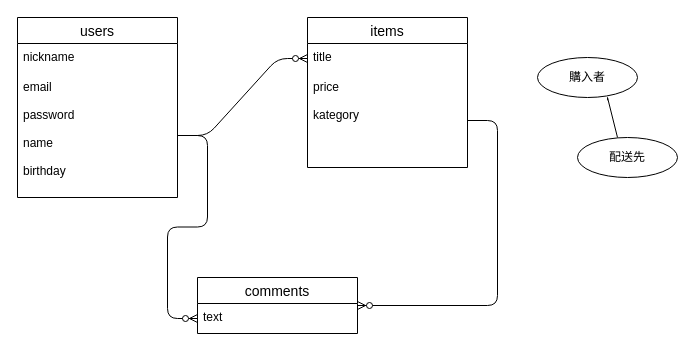
This is furima.dio from YUYA1995/furima-35146, a draw.io file, before an edit. Source tidied: cells renumbered, new cells numbered last; positions are measured from the earlier drawing's top-left corner, leaving out a move shared by most shapes. Both pictures are drawn from the tidied source at 100%, with x=0, y=0 at pixel (17, 17).
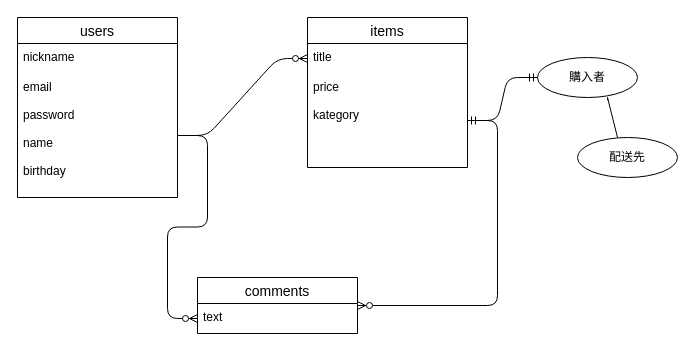
Above is the later version.

Commit message (it also covers changes not shown here):
2回目のREADME.md修正

Diff of the diagram source:
```diff
@@
 <mxGraphModel>
   <root>
     <mxCell id="0" />
     <mxCell id="1" parent="0" />
     <mxCell id="2" value="users" style="swimlane;fontStyle=0;horizontal=1;startSize=26;align=center;fontSize=14;" parent="1" vertex="1">
       <mxGeometry width="160" height="180" as="geometry" />
     </mxCell>
     <mxCell id="3" value="nickname" style="text;strokeColor=none;fillColor=none;spacingLeft=4;spacingRight=4;overflow=hidden;fontSize=12;" parent="2" vertex="1">
       <mxGeometry y="26" width="160" height="30" as="geometry" />
     </mxCell>
     <mxCell id="4" value="email&#10;&#10;password&#10;&#10;name&#10;&#10;birthday&#10;&#10;" style="text;strokeColor=none;fillColor=none;spacingLeft=4;spacingRight=4;overflow=hidden;points=[[0,0.5],[1,0.5]];portConstraint=eastwest;fontSize=12;" parent="2" vertex="1">
       <mxGeometry y="56" width="160" height="124" as="geometry" />
     </mxCell>
     <mxCell id="5" value="items" style="swimlane;fontStyle=0;horizontal=1;startSize=26;align=center;fontSize=14;" parent="1" vertex="1">
       <mxGeometry x="290" width="160" height="150" as="geometry" />
     </mxCell>
     <mxCell id="6" value="title &#10;&#10;" style="text;strokeColor=none;fillColor=none;spacingLeft=4;spacingRight=4;overflow=hidden;points=[[0,0.5],[1,0.5]];portConstraint=eastwest;fontSize=12;" parent="5" vertex="1">
       <mxGeometry y="26" width="160" height="30" as="geometry" />
     </mxCell>
     <mxCell id="7" value="price&#10;&#10;kategory&#10;&#10;" style="text;strokeColor=none;fillColor=none;spacingLeft=4;spacingRight=4;overflow=hidden;points=[[0,0.5],[1,0.5]];portConstraint=eastwest;fontSize=12;" parent="5" vertex="1">
       <mxGeometry y="56" width="160" height="94" as="geometry" />
     </mxCell>
     <mxCell id="8" style="edgeStyle=entityRelationEdgeStyle;fontSize=12;html=1;endArrow=ERzeroToMany;endFill=1;" parent="1" edge="1" source="4" target="6">
       <mxGeometry relative="1" as="geometry" />
     </mxCell>
     <mxCell id="9" value="comments" style="swimlane;fontStyle=0;horizontal=1;startSize=26;align=center;fontSize=14;" parent="1" vertex="1">
       <mxGeometry x="180" y="260" width="160" height="56" as="geometry" />
     </mxCell>
     <mxCell id="10" value="text" style="text;strokeColor=none;fillColor=none;spacingLeft=4;spacingRight=4;overflow=hidden;points=[[0,0.5],[1,0.5]];portConstraint=eastwest;fontSize=12;" parent="9" vertex="1">
       <mxGeometry y="26" width="160" height="30" as="geometry" />
     </mxCell>
     <mxCell id="11" style="edgeStyle=entityRelationEdgeStyle;fontSize=12;html=1;endArrow=ERzeroToMany;endFill=1;" parent="1" edge="1" source="7" target="9">
       <mxGeometry relative="1" as="geometry" />
     </mxCell>
     <mxCell id="12" style="edgeStyle=entityRelationEdgeStyle;fontSize=12;html=1;endArrow=ERzeroToMany;endFill=1;" parent="1" edge="1" source="4" target="10">
       <mxGeometry relative="1" as="geometry" />
     </mxCell>
     <mxCell id="13" value="購入者" style="ellipse;whiteSpace=wrap;html=1;align=center;" parent="1" vertex="1">
       <mxGeometry x="520" y="40" width="100" height="40" as="geometry" />
     </mxCell>
     <mxCell id="14" style="endArrow=none;html=1;rounded=0;entryX=0.702;entryY=1.07;entryDx=0;entryDy=0;entryPerimeter=0;" parent="1" edge="1" target="13">
       <mxGeometry relative="1" as="geometry">
         <mxPoint x="600" y="120" as="sourcePoint" />
         <Array as="points">
           <mxPoint x="590" y="80" />
         </Array>
       </mxGeometry>
     </mxCell>
     <mxCell id="15" value="配送先" style="ellipse;whiteSpace=wrap;html=1;align=center;" parent="1" vertex="1">
       <mxGeometry x="560" y="120" width="100" height="40" as="geometry" />
     </mxCell>
+    <mxCell id="16" style="edgeStyle=entityRelationEdgeStyle;fontSize=12;html=1;endArrow=ERmandOne;startArrow=ERmandOne;" parent="1" edge="1" source="7" target="13">
+      <mxGeometry relative="1" as="geometry" />
+    </mxCell>
   </root>
 </mxGraphModel>
```
